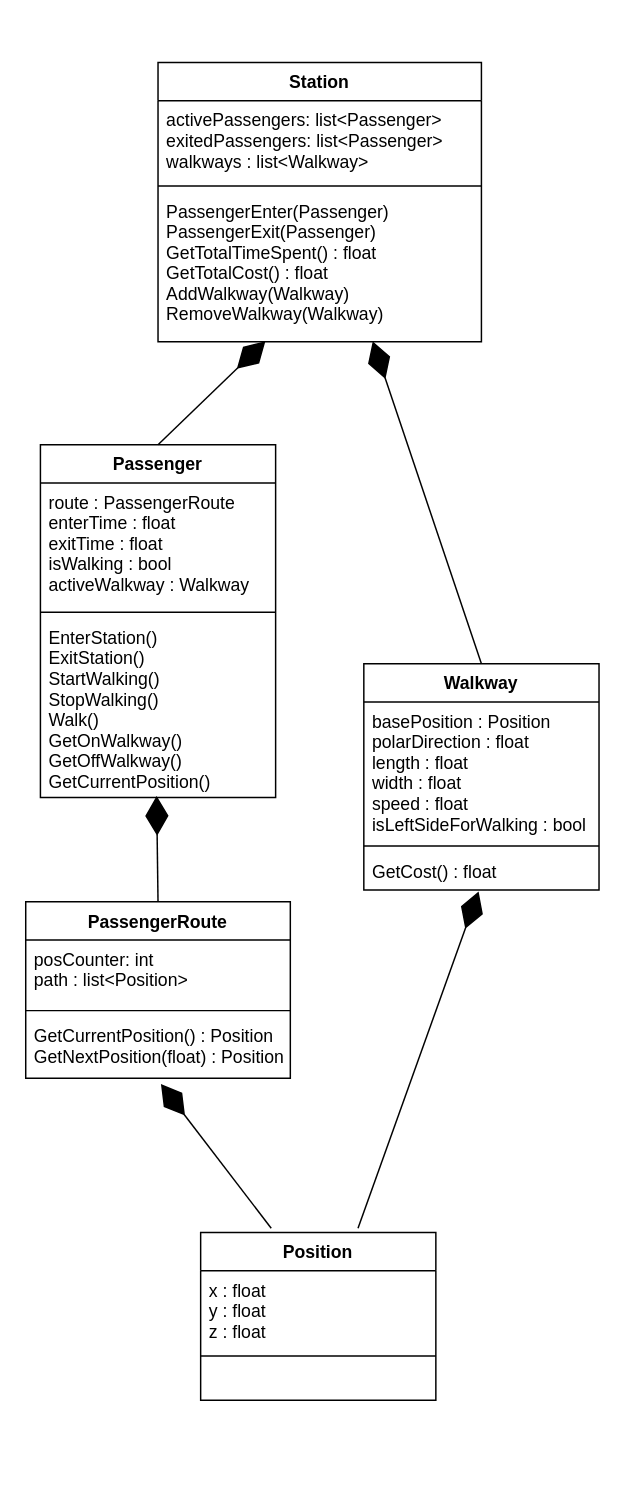
Above: model/ClassDiagram.drawio in IDS6145-Fall2019/assignment1-JohnSermarini (draw.io), before the change. Source tidied: cells renumbered, new cells numbered last; positions are measured from the earlier drawing's top-left corner, leaving out a move shared by most shapes. Both pictures are drawn from the tidied source at 147%, with x=0, y=0 at pixel (25, 62).
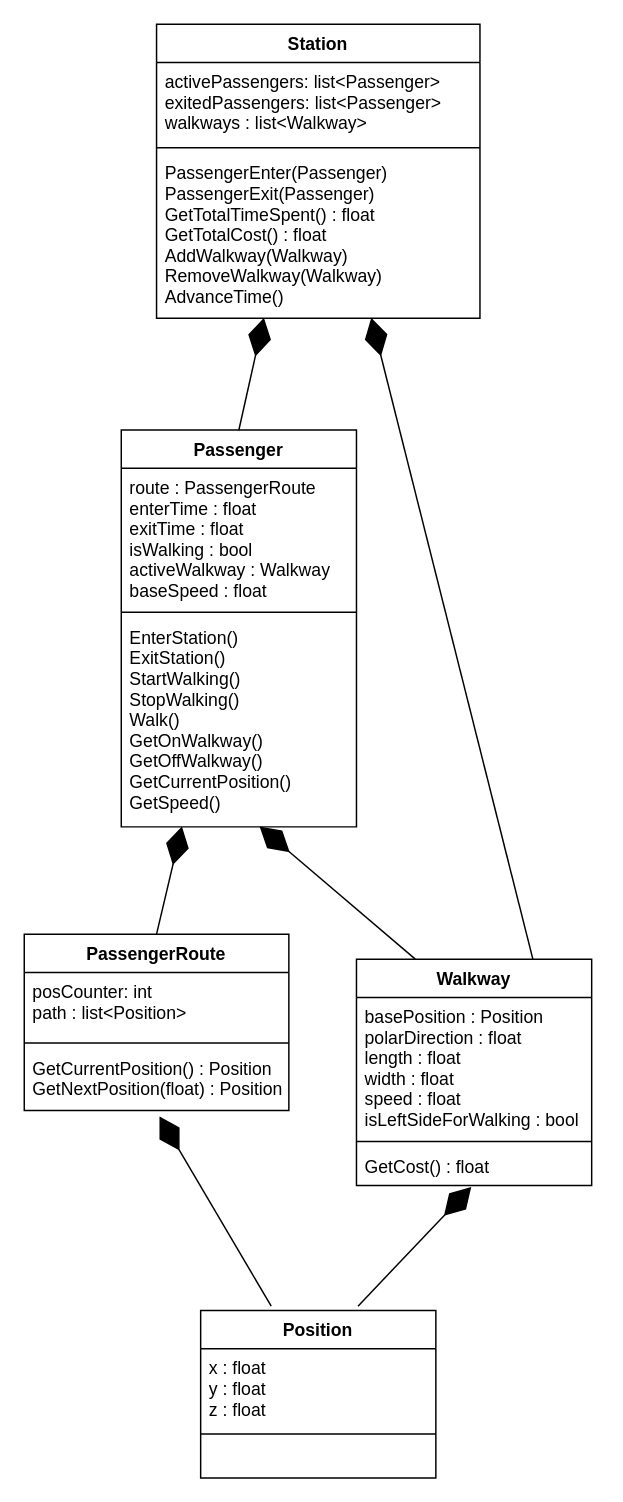
After the change.

Commit message (it also covers changes not shown here):
class diagram updated

Change to the diagram source:
```diff
@@
     <mxCell id="2" value="Station" style="swimlane;fontStyle=1;align=center;verticalAlign=top;horizontal=1;startSize=26;" parent="1" vertex="1">
-      <mxGeometry x="90" width="220" height="190" as="geometry" />
+      <mxGeometry x="89" y="-26" width="220" height="200" as="geometry" />
     </mxCell>
-    <mxCell id="3" value="activePassengers: list&lt;Passenger&gt;&#10;exitedPassengers: list&lt;Passenger&gt;&#10;walkways : list&lt;Walkway&gt;" style="text;strokeColor=none;fillColor=none;align=left;verticalAlign=top;spacingLeft=4;spacingRight=4;overflow=hidden;" parent="2" vertex="1">
+    <mxCell id="3" value="activePassengers: list&lt;Passenger&gt;&#10;exitedPassengers: list&lt;Passenger&gt;&#10;walkways : list&lt;Walkway&gt;&#10;" style="text;strokeColor=none;fillColor=none;align=left;verticalAlign=top;spacingLeft=4;spacingRight=4;overflow=hidden;" parent="2" vertex="1">
       <mxGeometry y="26" width="220" height="54" as="geometry" />
     </mxCell>
@@
-    <mxCell id="5" value="PassengerEnter(Passenger)&#10;PassengerExit(Passenger)&#10;GetTotalTimeSpent() : float&#10;GetTotalCost() : float&#10;AddWalkway(Walkway)&#10;RemoveWalkway(Walkway)" style="text;strokeColor=none;fillColor=none;align=left;verticalAlign=top;spacingLeft=4;spacingRight=4;overflow=hidden;points=[[0,0.5],[1,0.5]];portConstraint=eastwest;" parent="2" vertex="1">
-      <mxGeometry y="88" width="220" height="102" as="geometry" />
+    <mxCell id="5" value="PassengerEnter(Passenger)&#10;PassengerExit(Passenger)&#10;GetTotalTimeSpent() : float&#10;GetTotalCost() : float&#10;AddWalkway(Walkway)&#10;RemoveWalkway(Walkway)&#10;AdvanceTime()" style="text;strokeColor=none;fillColor=none;align=left;verticalAlign=top;spacingLeft=4;spacingRight=4;overflow=hidden;points=[[0,0.5],[1,0.5]];portConstraint=eastwest;" parent="2" vertex="1">
+      <mxGeometry y="88" width="220" height="112" as="geometry" />
     </mxCell>
     <mxCell id="6" value="Passenger" style="swimlane;fontStyle=1;align=center;verticalAlign=top;horizontal=1;startSize=26;" parent="1" vertex="1">
-      <mxGeometry x="10" y="260" width="160" height="240" as="geometry" />
+      <mxGeometry x="65" y="250" width="160" height="270" as="geometry" />
     </mxCell>
-    <mxCell id="7" value="route : PassengerRoute&#10;enterTime : float&#10;exitTime : float&#10;isWalking : bool&#10;activeWalkway : Walkway" style="text;strokeColor=none;fillColor=none;align=left;verticalAlign=top;spacingLeft=4;spacingRight=4;overflow=hidden;" parent="6" vertex="1">
-      <mxGeometry y="26" width="160" height="84" as="geometry" />
+    <mxCell id="7" value="route : PassengerRoute&#10;enterTime : float&#10;exitTime : float&#10;isWalking : bool&#10;activeWalkway : Walkway&#10;baseSpeed : float" style="text;strokeColor=none;fillColor=none;align=left;verticalAlign=top;spacingLeft=4;spacingRight=4;overflow=hidden;" parent="6" vertex="1">
+      <mxGeometry y="26" width="160" height="94" as="geometry" />
     </mxCell>
     <mxCell id="8" style="line;strokeWidth=1;fillColor=none;align=left;verticalAlign=middle;spacingTop=-1;spacingLeft=3;spacingRight=3;labelPosition=right;" parent="6" vertex="1">
-      <mxGeometry y="110" width="160" height="8" as="geometry" />
+      <mxGeometry y="120" width="160" height="8" as="geometry" />
     </mxCell>
-    <mxCell id="9" value="EnterStation()&#10;ExitStation()&#10;StartWalking()&#10;StopWalking()&#10;Walk()&#10;GetOnWalkway()&#10;GetOffWalkway()&#10;GetCurrentPosition()" style="text;strokeColor=none;fillColor=none;align=left;verticalAlign=top;spacingLeft=4;spacingRight=4;overflow=hidden;points=[[0,0.5],[1,0.5]];portConstraint=eastwest;" parent="6" vertex="1">
-      <mxGeometry y="118" width="160" height="122" as="geometry" />
+    <mxCell id="9" value="EnterStation()&#10;ExitStation()&#10;StartWalking()&#10;StopWalking()&#10;Walk()&#10;GetOnWalkway()&#10;GetOffWalkway()&#10;GetCurrentPosition()&#10;GetSpeed()" style="text;strokeColor=none;fillColor=none;align=left;verticalAlign=top;spacingLeft=4;spacingRight=4;overflow=hidden;points=[[0,0.5],[1,0.5]];portConstraint=eastwest;" parent="6" vertex="1">
+      <mxGeometry y="128" width="160" height="142" as="geometry" />
     </mxCell>
     <mxCell id="10" value="PassengerRoute" style="swimlane;fontStyle=1;align=center;verticalAlign=top;horizontal=1;startSize=26;" parent="1" vertex="1">
-      <mxGeometry y="571" width="180" height="120" as="geometry" />
+      <mxGeometry x="-1" y="593" width="180" height="120" as="geometry" />
     </mxCell>
@@
     <mxCell id="14" value="Position" style="swimlane;fontStyle=1;align=center;verticalAlign=top;horizontal=1;startSize=26;" parent="1" vertex="1">
-      <mxGeometry x="119" y="796" width="160" height="114" as="geometry" />
+      <mxGeometry x="119" y="849" width="160" height="114" as="geometry" />
     </mxCell>
@@
     <mxCell id="18" value="Walkway" style="swimlane;fontStyle=1;align=center;verticalAlign=top;horizontal=1;startSize=26;" parent="1" vertex="1">
-      <mxGeometry x="230" y="409" width="160" height="154" as="geometry" />
+      <mxGeometry x="225" y="610" width="160" height="154" as="geometry" />
     </mxCell>
@@
-    <mxCell id="22" style="endArrow=diamondThin;endFill=1;endSize=24;html=1;exitX=0.5;exitY=0;exitDx=0;exitDy=0;entryX=0.494;entryY=0.992;entryDx=0;entryDy=0;entryPerimeter=0;" parent="1" edge="1" source="10" target="9">
+    <mxCell id="22" style="endArrow=diamondThin;endFill=1;endSize=24;html=1;exitX=0.5;exitY=0;exitDx=0;exitDy=0;entryX=0.258;entryY=0.998;entryDx=0;entryDy=0;entryPerimeter=0;" parent="1" edge="1" source="10" target="9">
       <mxGeometry relative="1" as="geometry" />
     </mxCell>
@@
-    <mxCell id="25" style="endArrow=diamondThin;endFill=1;endSize=24;html=1;exitX=0.5;exitY=0;exitDx=0;exitDy=0;entryX=0.664;entryY=0.997;entryDx=0;entryDy=0;entryPerimeter=0;" parent="1" edge="1" source="18" target="5">
+    <mxCell id="25" style="endArrow=diamondThin;endFill=1;endSize=24;html=1;entryX=0.664;entryY=0.997;entryDx=0;entryDy=0;entryPerimeter=0;exitX=0.75;exitY=0;exitDx=0;exitDy=0;" parent="1" edge="1" source="18" target="5">
       <mxGeometry relative="1" as="geometry" />
     </mxCell>
@@
+    <mxCell id="27" style="endArrow=diamondThin;endFill=1;endSize=24;html=1;entryX=0.588;entryY=0.998;entryDx=0;entryDy=0;entryPerimeter=0;exitX=0.25;exitY=0;exitDx=0;exitDy=0;" parent="1" edge="1" source="18" target="9">
+      <mxGeometry relative="1" as="geometry" />
+    </mxCell>
```
